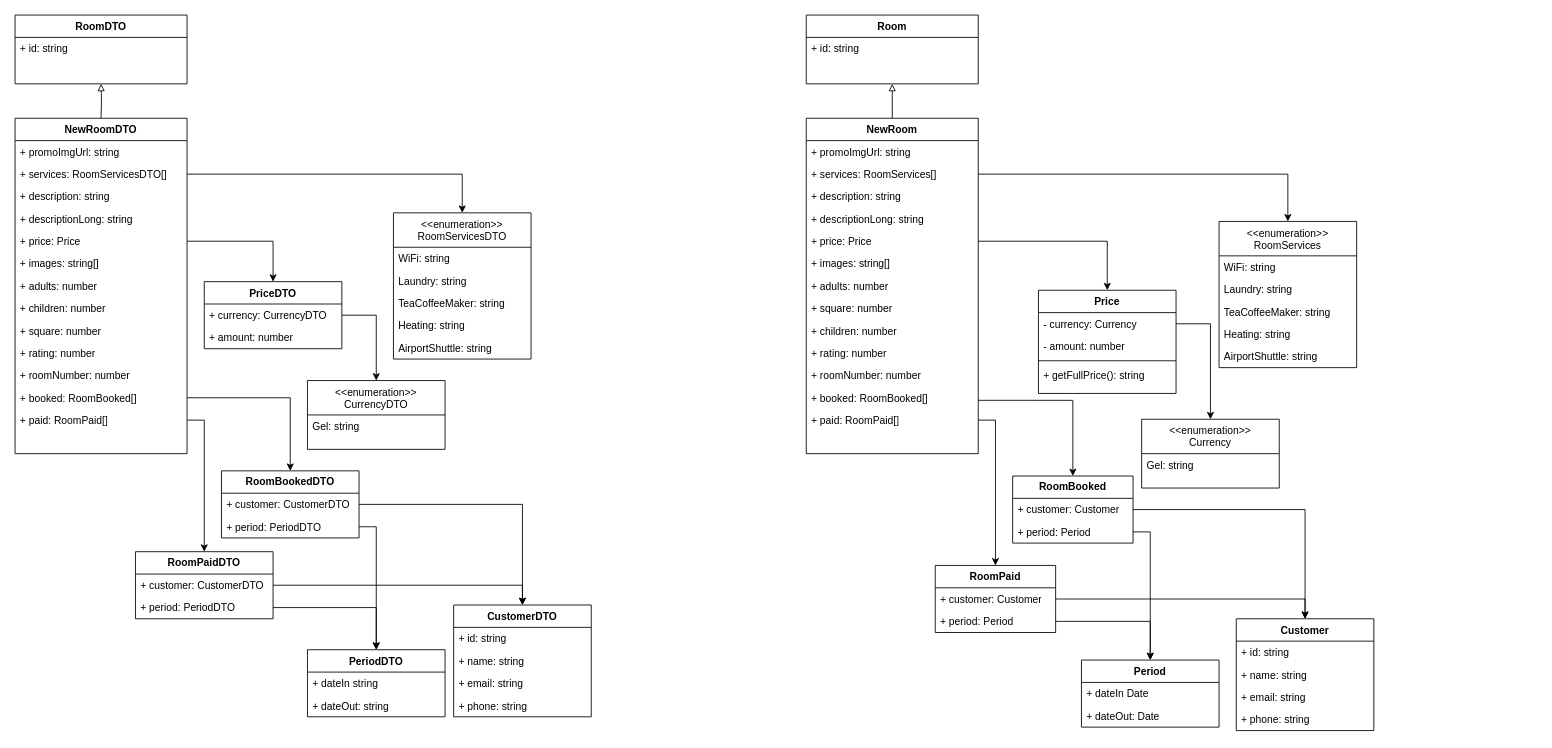
The draw.io diagram docs/models.drawio in tritonJS826/goldenFleece, before the edit. Source tidied: cells renumbered, new cells numbered last; positions are measured from the earlier drawing's top-left corner, leaving out a move shared by most shapes. Both pictures are drawn from the tidied source at 86%, with x=0, y=0 at pixel (15, 15).
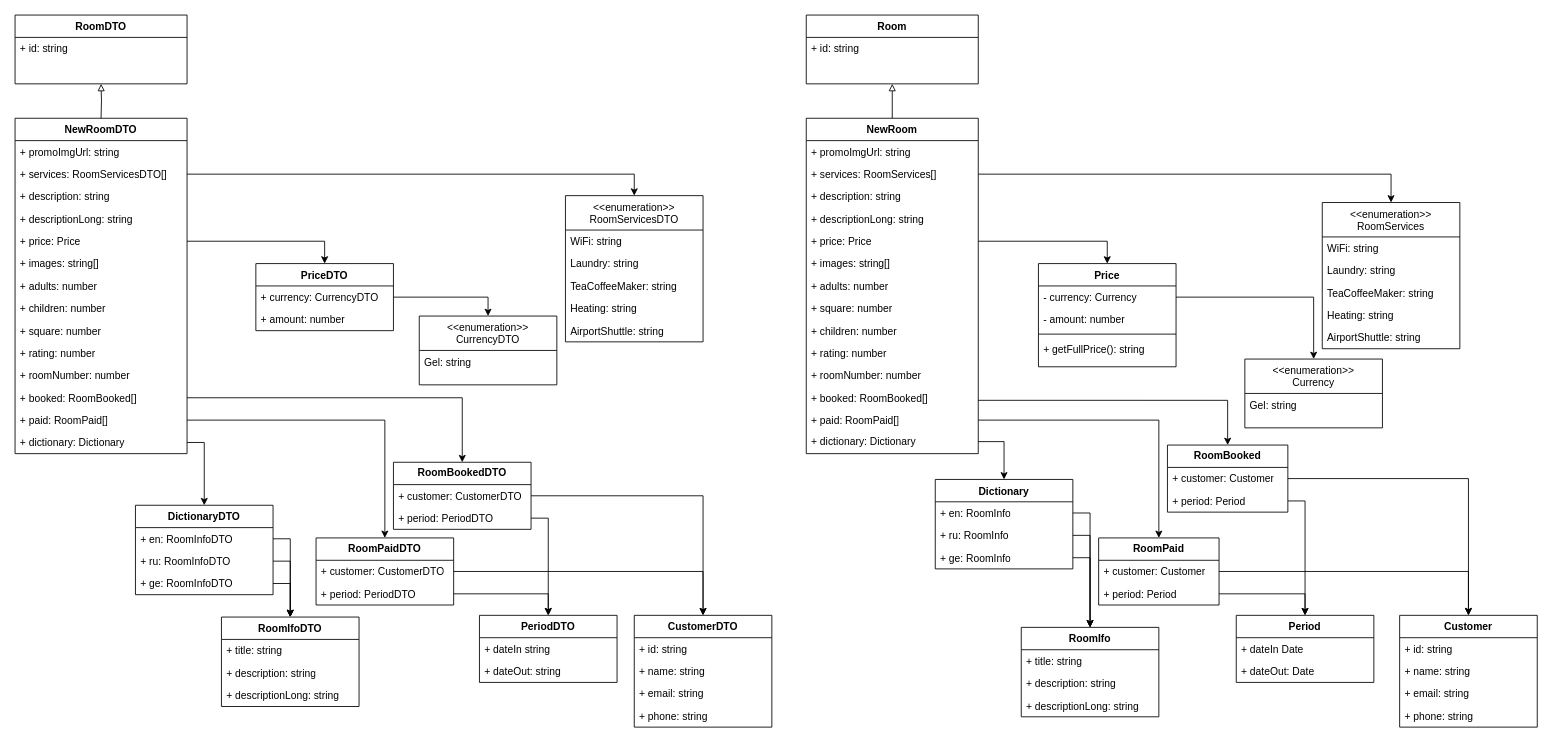
The same diagram, later.

The change refers to these unchanged cells:
```xml
<mxCell id="43" value="NewRoomDTO" style="swimlane;fontStyle=1;align=center;verticalAlign=top;horizontal=1;startSize=26;rounded=0;shadow=0;strokeWidth=1;fillColor=default;" parent="1" vertex="1">
  <mxGeometry y="120" width="200" height="390" as="geometry" />
</mxCell>
```

Change to the diagram source:
```diff
@@
     <mxCell id="2" value="Customer" style="swimlane;fontStyle=1;align=center;verticalAlign=top;horizontal=1;startSize=26;rounded=0;shadow=0;strokeWidth=1;" parent="1" vertex="1">
-      <mxGeometry x="1420" y="702" width="160" height="130" as="geometry" />
+      <mxGeometry x="1610" y="698" width="160" height="130" as="geometry" />
     </mxCell>
@@
     <mxCell id="9" value="&lt;&lt;enumeration&gt;&gt;&#10;RoomServices" style="swimlane;fontStyle=0;align=center;verticalAlign=top;horizontal=1;startSize=40;rounded=0;shadow=0;strokeWidth=1;" parent="1" vertex="1">
-      <mxGeometry x="1400" y="240" width="160" height="170" as="geometry" />
+      <mxGeometry x="1520" y="218" width="160" height="170" as="geometry" />
     </mxCell>
@@
     <mxCell id="30" value="&lt;&lt;enumeration&gt;&gt;&#10;Currency" style="swimlane;fontStyle=0;align=center;verticalAlign=top;horizontal=1;startSize=40;rounded=0;shadow=0;strokeWidth=1;" parent="1" vertex="1">
-      <mxGeometry x="1310" y="470" width="160" height="80" as="geometry" />
+      <mxGeometry x="1430" y="400" width="160" height="80" as="geometry" />
     </mxCell>
@@
     <mxCell id="32" value="Price" style="swimlane;fontStyle=1;align=center;verticalAlign=top;horizontal=1;startSize=26;whiteSpace=wrap;html=1;" parent="1" vertex="1">
-      <mxGeometry x="1190" y="320" width="160" height="120" as="geometry" />
+      <mxGeometry x="1190" y="289" width="160" height="120" as="geometry" />
     </mxCell>
@@
     <mxCell id="37" value="&lt;&lt;enumeration&gt;&gt;&#10;RoomServicesDTO" style="swimlane;fontStyle=0;align=center;verticalAlign=top;horizontal=1;startSize=40;rounded=0;shadow=0;strokeWidth=1;" parent="1" vertex="1">
-      <mxGeometry x="440" y="230" width="160" height="170" as="geometry" />
+      <mxGeometry x="640" y="210" width="160" height="170" as="geometry" />
     </mxCell>
@@
+    <mxCell id="106" value="+ dictionary: Dictionary" style="text;strokeColor=none;fillColor=none;align=left;verticalAlign=top;spacingLeft=4;spacingRight=4;overflow=hidden;points=[[0,0.5],[1,0.5]];portConstraint=eastwest;whiteSpace=wrap;html=1;" parent="43" vertex="1">
+      <mxGeometry y="364" width="200" height="26" as="geometry" />
+    </mxCell>
     <mxCell id="57" value="&lt;&lt;enumeration&gt;&gt;&#10;CurrencyDTO" style="swimlane;fontStyle=0;align=center;verticalAlign=top;horizontal=1;startSize=40;rounded=0;shadow=0;strokeWidth=1;" parent="1" vertex="1">
-      <mxGeometry x="340" y="425" width="160" height="80" as="geometry" />
+      <mxGeometry x="470" y="350" width="160" height="80" as="geometry" />
     </mxCell>
@@
     <mxCell id="59" value="PriceDTO" style="swimlane;fontStyle=1;align=center;verticalAlign=top;horizontal=1;startSize=26;whiteSpace=wrap;html=1;" parent="1" vertex="1">
-      <mxGeometry x="220" y="310" width="160" height="78" as="geometry" />
+      <mxGeometry x="280" y="289" width="160" height="78" as="geometry" />
     </mxCell>
@@
     <mxCell id="72" value="&lt;b&gt;RoomBooked&lt;/b&gt;" style="swimlane;fontStyle=0;horizontal=1;startSize=26;fillColor=none;whiteSpace=wrap;html=1;" parent="1" vertex="1">
-      <mxGeometry x="1160" y="536" width="140" height="78" as="geometry" />
+      <mxGeometry x="1340" y="500" width="140" height="78" as="geometry" />
     </mxCell>
@@
     <mxCell id="76" value="&lt;b&gt;RoomPaid&lt;/b&gt;" style="swimlane;fontStyle=0;horizontal=1;startSize=26;fillColor=none;whiteSpace=wrap;html=1;" parent="1" vertex="1">
-      <mxGeometry x="1070" y="640" width="140" height="78" as="geometry" />
+      <mxGeometry x="1260" y="608" width="140" height="78" as="geometry" />
     </mxCell>
@@
     <mxCell id="81" value="CustomerDTO" style="swimlane;fontStyle=1;align=center;verticalAlign=top;horizontal=1;startSize=26;rounded=0;shadow=0;strokeWidth=1;" parent="1" vertex="1">
-      <mxGeometry x="510" y="686" width="160" height="130" as="geometry" />
+      <mxGeometry x="720" y="698" width="160" height="130" as="geometry" />
     </mxCell>
@@
     <mxCell id="87" value="&lt;b&gt;RoomBookedDTO&lt;/b&gt;" style="swimlane;fontStyle=0;horizontal=1;startSize=26;fillColor=none;whiteSpace=wrap;html=1;" parent="1" vertex="1">
-      <mxGeometry x="240" y="530" width="160" height="78" as="geometry" />
+      <mxGeometry x="440" y="520" width="160" height="78" as="geometry" />
     </mxCell>
@@
     <mxCell id="91" value="&lt;b&gt;RoomPaidDTO&lt;/b&gt;" style="swimlane;fontStyle=0;horizontal=1;startSize=26;fillColor=none;whiteSpace=wrap;html=1;" parent="1" vertex="1">
-      <mxGeometry x="140" y="624" width="160" height="78" as="geometry" />
+      <mxGeometry x="350" y="608" width="160" height="78" as="geometry" />
     </mxCell>
@@
     <mxCell id="96" value="PeriodDTO" style="swimlane;fontStyle=1;align=center;verticalAlign=top;horizontal=1;startSize=26;rounded=0;shadow=0;strokeWidth=1;" parent="1" vertex="1">
-      <mxGeometry x="340" y="738" width="160" height="78" as="geometry" />
+      <mxGeometry x="540" y="698" width="160" height="78" as="geometry" />
     </mxCell>
@@
     <mxCell id="101" value="Period" style="swimlane;fontStyle=1;align=center;verticalAlign=top;horizontal=1;startSize=26;rounded=0;shadow=0;strokeWidth=1;" parent="1" vertex="1">
-      <mxGeometry x="1240" y="750" width="160" height="78" as="geometry" />
+      <mxGeometry x="1420" y="698" width="160" height="78" as="geometry" />
     </mxCell>
@@
+    <mxCell id="107" value="+ dictionary: Dictionary" style="text;strokeColor=none;fillColor=none;align=left;verticalAlign=top;spacingLeft=4;spacingRight=4;overflow=hidden;points=[[0,0.5],[1,0.5]];portConstraint=eastwest;whiteSpace=wrap;html=1;" parent="1" vertex="1">
+      <mxGeometry x="920" y="483" width="200" height="26" as="geometry" />
+    </mxCell>
+    <mxCell id="108" value="Dictionary" style="swimlane;fontStyle=1;align=center;verticalAlign=top;horizontal=1;startSize=26;whiteSpace=wrap;html=1;" parent="1" vertex="1">
+      <mxGeometry x="1070" y="540" width="160" height="104" as="geometry" />
+    </mxCell>
+    <mxCell id="109" value="+ en: RoomInfo" style="text;strokeColor=none;fillColor=none;align=left;verticalAlign=top;spacingLeft=4;spacingRight=4;overflow=hidden;points=[[0,0.5],[1,0.5]];portConstraint=eastwest;whiteSpace=wrap;html=1;" parent="108" vertex="1">
+      <mxGeometry y="26" width="160" height="26" as="geometry" />
+    </mxCell>
+    <mxCell id="110" value="+ ru: RoomInfo" style="text;strokeColor=none;fillColor=none;align=left;verticalAlign=top;spacingLeft=4;spacingRight=4;overflow=hidden;points=[[0,0.5],[1,0.5]];portConstraint=eastwest;whiteSpace=wrap;html=1;" parent="108" vertex="1">
+      <mxGeometry y="52" width="160" height="26" as="geometry" />
+    </mxCell>
+    <mxCell id="111" value="+ ge: RoomInfo" style="text;strokeColor=none;fillColor=none;align=left;verticalAlign=top;spacingLeft=4;spacingRight=4;overflow=hidden;points=[[0,0.5],[1,0.5]];portConstraint=eastwest;whiteSpace=wrap;html=1;" parent="108" vertex="1">
+      <mxGeometry y="78" width="160" height="26" as="geometry" />
+    </mxCell>
+    <mxCell id="112" style="edgeStyle=orthogonalEdgeStyle;rounded=0;jettySize=auto;html=1;exitX=1;exitY=0.5;exitDx=0;exitDy=0;entryX=0.5;entryY=0;entryDx=0;entryDy=0;" parent="1" edge="1" source="107" target="108">
+      <mxGeometry relative="1" as="geometry" />
+    </mxCell>
+    <mxCell id="113" value="RoomIfo" style="swimlane;fontStyle=1;align=center;verticalAlign=top;horizontal=1;startSize=26;whiteSpace=wrap;html=1;" parent="1" vertex="1">
+      <mxGeometry x="1170" y="712" width="160" height="104" as="geometry" />
+    </mxCell>
+    <mxCell id="114" value="+ title: string" style="text;strokeColor=none;fillColor=none;align=left;verticalAlign=top;spacingLeft=4;spacingRight=4;overflow=hidden;whiteSpace=wrap;html=1;" parent="113" vertex="1">
+      <mxGeometry y="26" width="160" height="26" as="geometry" />
+    </mxCell>
+    <mxCell id="115" value="+ description: string" style="text;strokeColor=none;fillColor=none;align=left;verticalAlign=top;spacingLeft=4;spacingRight=4;overflow=hidden;whiteSpace=wrap;html=1;" parent="113" vertex="1">
+      <mxGeometry y="52" width="160" height="26" as="geometry" />
+    </mxCell>
+    <mxCell id="116" value="+ descriptionLong: string" style="text;strokeColor=none;fillColor=none;align=left;verticalAlign=top;spacingLeft=4;spacingRight=4;overflow=hidden;whiteSpace=wrap;html=1;" parent="113" vertex="1">
+      <mxGeometry y="78" width="160" height="26" as="geometry" />
+    </mxCell>
+    <mxCell id="117" style="edgeStyle=orthogonalEdgeStyle;rounded=0;jettySize=auto;html=1;exitX=1;exitY=0.5;exitDx=0;exitDy=0;entryX=0.5;entryY=0;entryDx=0;entryDy=0;" parent="1" edge="1" source="109" target="113">
+      <mxGeometry relative="1" as="geometry" />
+    </mxCell>
+    <mxCell id="118" style="edgeStyle=orthogonalEdgeStyle;rounded=0;jettySize=auto;html=1;exitX=1;exitY=0.5;exitDx=0;exitDy=0;entryX=0.5;entryY=0;entryDx=0;entryDy=0;" parent="1" edge="1" source="110" target="113">
+      <mxGeometry relative="1" as="geometry" />
+    </mxCell>
+    <mxCell id="119" style="edgeStyle=orthogonalEdgeStyle;rounded=0;jettySize=auto;html=1;exitX=1;exitY=0.5;exitDx=0;exitDy=0;entryX=0.5;entryY=0;entryDx=0;entryDy=0;" parent="1" edge="1" source="111" target="113">
+      <mxGeometry relative="1" as="geometry" />
+    </mxCell>
+    <mxCell id="120" value="DictionaryDTO" style="swimlane;fontStyle=1;align=center;verticalAlign=top;horizontal=1;startSize=26;whiteSpace=wrap;html=1;" parent="1" vertex="1">
+      <mxGeometry x="140" y="570" width="160" height="104" as="geometry" />
+    </mxCell>
+    <mxCell id="121" value="+ en: RoomInfoDTO" style="text;strokeColor=none;fillColor=none;align=left;verticalAlign=top;spacingLeft=4;spacingRight=4;overflow=hidden;points=[[0,0.5],[1,0.5]];portConstraint=eastwest;whiteSpace=wrap;html=1;" parent="120" vertex="1">
+      <mxGeometry y="26" width="160" height="26" as="geometry" />
+    </mxCell>
+    <mxCell id="122" value="+ ru: RoomInfoDTO" style="text;strokeColor=none;fillColor=none;align=left;verticalAlign=top;spacingLeft=4;spacingRight=4;overflow=hidden;points=[[0,0.5],[1,0.5]];portConstraint=eastwest;whiteSpace=wrap;html=1;" parent="120" vertex="1">
+      <mxGeometry y="52" width="160" height="26" as="geometry" />
+    </mxCell>
+    <mxCell id="123" value="+ ge: RoomInfoDTO" style="text;strokeColor=none;fillColor=none;align=left;verticalAlign=top;spacingLeft=4;spacingRight=4;overflow=hidden;points=[[0,0.5],[1,0.5]];portConstraint=eastwest;whiteSpace=wrap;html=1;" parent="120" vertex="1">
+      <mxGeometry y="78" width="160" height="26" as="geometry" />
+    </mxCell>
+    <mxCell id="124" value="RoomIfoDTO" style="swimlane;fontStyle=1;align=center;verticalAlign=top;horizontal=1;startSize=26;whiteSpace=wrap;html=1;" parent="1" vertex="1">
+      <mxGeometry x="240" y="700" width="160" height="104" as="geometry" />
+    </mxCell>
+    <mxCell id="125" value="+ title: string" style="text;strokeColor=none;fillColor=none;align=left;verticalAlign=top;spacingLeft=4;spacingRight=4;overflow=hidden;whiteSpace=wrap;html=1;" parent="124" vertex="1">
+      <mxGeometry y="26" width="160" height="26" as="geometry" />
+    </mxCell>
+    <mxCell id="126" value="+ description: string" style="text;strokeColor=none;fillColor=none;align=left;verticalAlign=top;spacingLeft=4;spacingRight=4;overflow=hidden;whiteSpace=wrap;html=1;" parent="124" vertex="1">
+      <mxGeometry y="52" width="160" height="26" as="geometry" />
+    </mxCell>
+    <mxCell id="127" value="+ descriptionLong: string" style="text;strokeColor=none;fillColor=none;align=left;verticalAlign=top;spacingLeft=4;spacingRight=4;overflow=hidden;whiteSpace=wrap;html=1;" parent="124" vertex="1">
+      <mxGeometry y="78" width="160" height="26" as="geometry" />
+    </mxCell>
+    <mxCell id="128" style="edgeStyle=orthogonalEdgeStyle;rounded=0;jettySize=auto;html=1;exitX=1;exitY=0.5;exitDx=0;exitDy=0;entryX=0.5;entryY=0;entryDx=0;entryDy=0;" parent="1" edge="1" source="122" target="124">
+      <mxGeometry relative="1" as="geometry" />
+    </mxCell>
+    <mxCell id="129" style="edgeStyle=orthogonalEdgeStyle;rounded=0;jettySize=auto;html=1;exitX=1;exitY=0.5;exitDx=0;exitDy=0;entryX=0.5;entryY=0;entryDx=0;entryDy=0;" parent="1" edge="1" source="123" target="124">
+      <mxGeometry relative="1" as="geometry" />
+    </mxCell>
+    <mxCell id="130" style="edgeStyle=orthogonalEdgeStyle;rounded=0;jettySize=auto;html=1;exitX=1;exitY=0.5;exitDx=0;exitDy=0;entryX=0.5;entryY=0;entryDx=0;entryDy=0;" parent="1" edge="1" source="106" target="120">
+      <mxGeometry relative="1" as="geometry" />
+    </mxCell>
+    <mxCell id="131" style="edgeStyle=orthogonalEdgeStyle;rounded=0;jettySize=auto;html=1;exitX=1;exitY=0.5;exitDx=0;exitDy=0;entryX=0.5;entryY=0;entryDx=0;entryDy=0;" parent="1" edge="1" source="121" target="124">
+      <mxGeometry relative="1" as="geometry" />
+    </mxCell>
```
